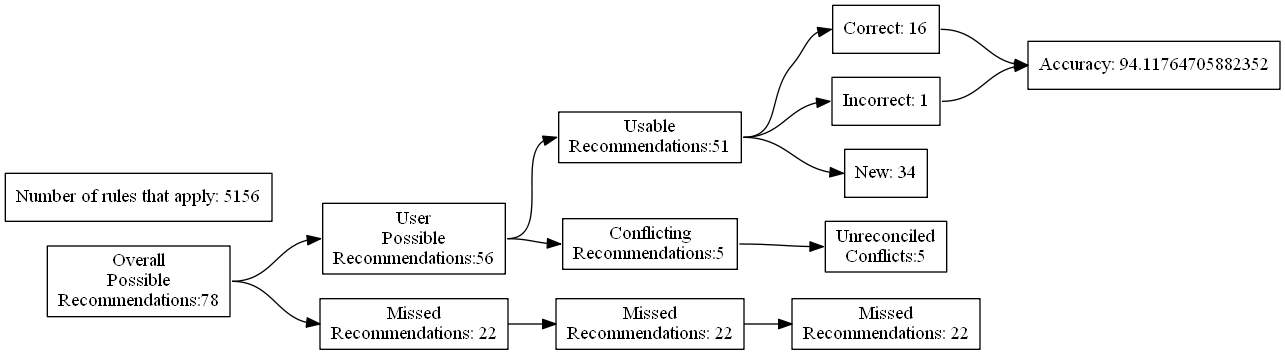
This is test_renders/24.gv.png from ZaxR/ibd_diet_analysis, a Graphviz export, as it was before one commit. Its source is kept beside it as test_renders/24.gv.
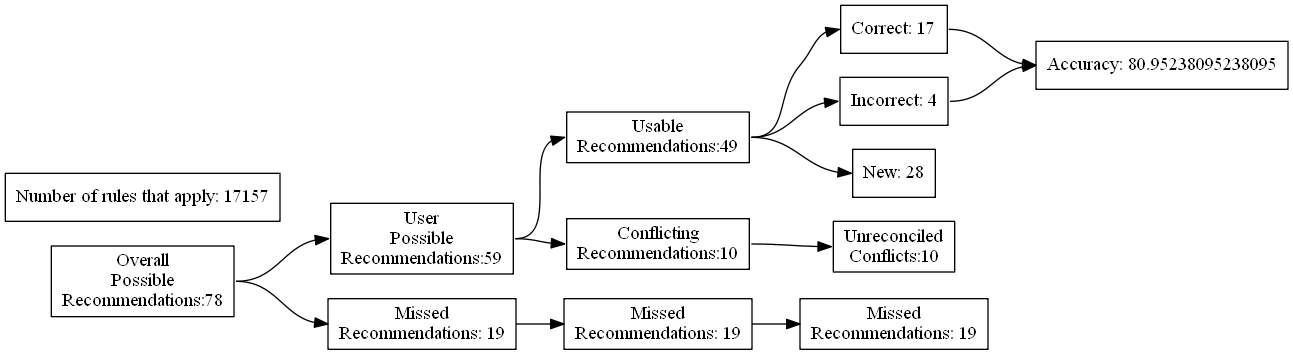
After the change.

What changed in the source:
```diff
@@ -7,24 +7,24 @@
 Recommendations:78"]
 		B [label="User
 Possible
-Recommendations:56"]
+Recommendations:59"]
 		C [label="Missed
-Recommendations: 22"]
+Recommendations: 19"]
 		D [label="Usable
-Recommendations:51"]
+Recommendations:49"]
 		E [label="Conflicting
-Recommendations:5"]
+Recommendations:10"]
 		J [label="Missed
-Recommendations: 22"]
+Recommendations: 19"]
 		M [label="Unreconciled
-Conflicts:5"]
-		F [label="Correct: 16"]
-		G [label="Incorrect: 1"]
-		H [label="New: 34"]
+Conflicts:10"]
+		F [label="Correct: 17"]
+		G [label="Incorrect: 4"]
+		H [label="New: 28"]
 		K [label="Missed
-Recommendations: 22"]
-		I [label="Accuracy: 94.11764705882352"]
-		l [label="Number of rules that apply: 5156"]
+Recommendations: 19"]
+		I [label="Accuracy: 80.95238095238095"]
+		l [label="Number of rules that apply: 17157"]
 			A -> B
 			A -> C
 			B -> D
```
